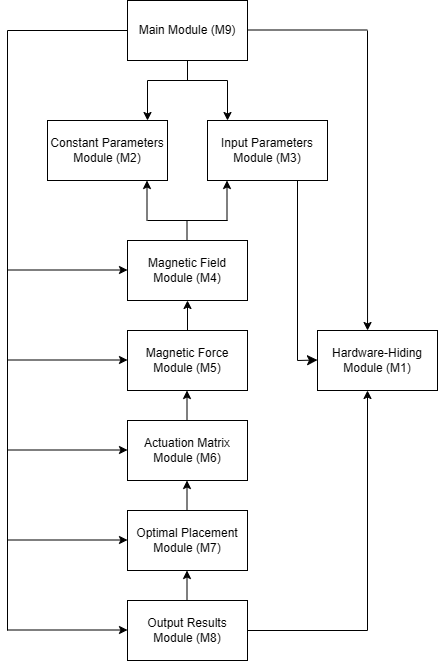
husseinsd1/optimal-em-arrangement keeps this draw.io diagram as docs/Design/SoftArchitecture/UsesHierarchy.png. Above is the earlier version. Source tidied: cells renumbered, new cells last; positions are measured from the earlier drawing's top-left corner, leaving out a move shared by most shapes.
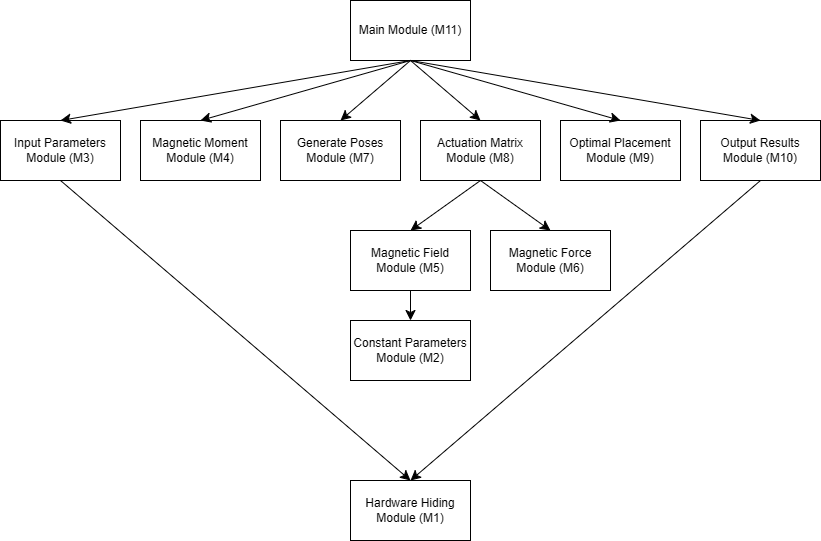
Later version of the same file.

Commit message:
Add modules, fix hierarchy

What changed in the source:
```diff
@@ -2,178 +2,75 @@
   <root>
     <mxCell id="0" />
     <mxCell id="1" parent="0" />
-    <mxCell id="2" value="Main Module (M9)" style="rounded=0;whiteSpace=wrap;html=1;" parent="1" vertex="1">
-      <mxGeometry x="120" width="120" height="60" as="geometry" />
+    <mxCell id="2" value="Main Module (M11)" style="rounded=0;whiteSpace=wrap;html=1;" parent="1" vertex="1">
+      <mxGeometry x="270" y="-30" width="120" height="60" as="geometry" />
     </mxCell>
-    <mxCell id="3" style="endArrow=none;html=1;rounded=0;entryX=0.5;entryY=1;entryDx=0;entryDy=0;" parent="1" edge="1" target="2">
-      <mxGeometry relative="1" as="geometry">
-        <mxPoint x="180" y="80" as="sourcePoint" />
-      </mxGeometry>
-    </mxCell>
-    <mxCell id="4" style="endArrow=none;html=1;rounded=0;" parent="1" edge="1">
-      <mxGeometry relative="1" as="geometry">
-        <mxPoint x="140" y="80" as="sourcePoint" />
-        <mxPoint x="220" y="80" as="targetPoint" />
-      </mxGeometry>
-    </mxCell>
-    <mxCell id="5" style="endArrow=classic;html=1;rounded=0;" parent="1" edge="1">
-      <mxGeometry relative="1" as="geometry">
-        <mxPoint x="140" y="80" as="sourcePoint" />
-        <mxPoint x="140" y="120" as="targetPoint" />
-      </mxGeometry>
-    </mxCell>
-    <mxCell id="6" style="endArrow=classic;html=1;rounded=0;" parent="1" edge="1">
-      <mxGeometry relative="1" as="geometry">
-        <mxPoint x="220" y="80" as="sourcePoint" />
-        <mxPoint x="220" y="120" as="targetPoint" />
-      </mxGeometry>
-    </mxCell>
-    <mxCell id="7" value="Constant Parameters Module (M2)" style="rounded=0;whiteSpace=wrap;html=1;" parent="1" vertex="1">
-      <mxGeometry x="40" y="120" width="120" height="60" as="geometry" />
+    <mxCell id="7" value="Input Parameters Module (M3)" style="rounded=0;whiteSpace=wrap;html=1;" parent="1" vertex="1">
+      <mxGeometry x="-80" y="90" width="120" height="60" as="geometry" />
     </mxCell>
-    <mxCell id="8" value="Input Parameters Module (M3)" style="rounded=0;whiteSpace=wrap;html=1;" parent="1" vertex="1">
-      <mxGeometry x="200" y="120" width="120" height="60" as="geometry" />
+    <mxCell id="8" value="Magnetic Moment Module (M4)" style="rounded=0;whiteSpace=wrap;html=1;" parent="1" vertex="1">
+      <mxGeometry x="60" y="90" width="120" height="60" as="geometry" />
     </mxCell>
-    <mxCell id="9" style="endArrow=none;html=1;rounded=0;entryX=0.5;entryY=1;entryDx=0;entryDy=0;" parent="1" edge="1">
-      <mxGeometry relative="1" as="geometry">
-        <mxPoint x="179.5" y="220" as="sourcePoint" />
-        <mxPoint x="179.5" y="240" as="targetPoint" />
-      </mxGeometry>
-    </mxCell>
-    <mxCell id="10" style="endArrow=none;html=1;rounded=0;" parent="1" edge="1">
-      <mxGeometry relative="1" as="geometry">
-        <mxPoint x="220" y="220" as="sourcePoint" />
-        <mxPoint x="140" y="220" as="targetPoint" />
-      </mxGeometry>
-    </mxCell>
-    <mxCell id="11" style="endArrow=classic;html=1;rounded=0;" parent="1" edge="1">
-      <mxGeometry relative="1" as="geometry">
-        <mxPoint x="139.5" y="220" as="sourcePoint" />
-        <mxPoint x="139.5" y="180" as="targetPoint" />
-      </mxGeometry>
-    </mxCell>
-    <mxCell id="12" style="endArrow=classic;html=1;rounded=0;" parent="1" edge="1">
-      <mxGeometry relative="1" as="geometry">
-        <mxPoint x="219.5" y="220" as="sourcePoint" />
-        <mxPoint x="219.5" y="180" as="targetPoint" />
-      </mxGeometry>
-    </mxCell>
-    <mxCell id="13" value="Magnetic Field Module (M4)" style="rounded=0;whiteSpace=wrap;html=1;" parent="1" vertex="1">
-      <mxGeometry x="120" y="240" width="120" height="60" as="geometry" />
+    <mxCell id="13" value="Generate Poses Module (M7)" style="rounded=0;whiteSpace=wrap;html=1;" parent="1" vertex="1">
+      <mxGeometry x="200" y="90" width="120" height="60" as="geometry" />
     </mxCell>
-    <mxCell id="14" value="Magnetic Force Module (M5)" style="rounded=0;whiteSpace=wrap;html=1;" parent="1" vertex="1">
-      <mxGeometry x="120" y="330" width="120" height="60" as="geometry" />
-    </mxCell>
-    <mxCell id="15" value="Actuation Matrix Module (M6)" style="rounded=0;whiteSpace=wrap;html=1;" parent="1" vertex="1">
-      <mxGeometry x="120" y="420" width="120" height="60" as="geometry" />
-    </mxCell>
-    <mxCell id="16" value="Optimal Placement Module (M7)" style="rounded=0;whiteSpace=wrap;html=1;" parent="1" vertex="1">
-      <mxGeometry x="120" y="510" width="120" height="60" as="geometry" />
-    </mxCell>
-    <mxCell id="17" value="Output Results Module (M8)" style="rounded=0;whiteSpace=wrap;html=1;" parent="1" vertex="1">
-      <mxGeometry x="120" y="600" width="120" height="60" as="geometry" />
-    </mxCell>
-    <mxCell id="18" style="endArrow=classic;html=1;rounded=0;exitX=0.5;exitY=0;exitDx=0;exitDy=0;entryX=0.5;entryY=1;entryDx=0;entryDy=0;" parent="1" edge="1" source="14" target="13">
-      <mxGeometry relative="1" as="geometry" />
-    </mxCell>
-    <mxCell id="19" style="endArrow=classic;html=1;rounded=0;exitX=0.5;exitY=0;exitDx=0;exitDy=0;entryX=0.5;entryY=1;entryDx=0;entryDy=0;" parent="1" edge="1">
-      <mxGeometry relative="1" as="geometry">
-        <mxPoint x="179.5" y="420" as="sourcePoint" />
-        <mxPoint x="179.5" y="390" as="targetPoint" />
-      </mxGeometry>
-    </mxCell>
-    <mxCell id="20" style="endArrow=classic;html=1;rounded=0;exitX=0.5;exitY=0;exitDx=0;exitDy=0;entryX=0.5;entryY=1;entryDx=0;entryDy=0;" parent="1" edge="1">
-      <mxGeometry relative="1" as="geometry">
-        <mxPoint x="179.5" y="510" as="sourcePoint" />
-        <mxPoint x="179.5" y="480" as="targetPoint" />
-      </mxGeometry>
-    </mxCell>
-    <mxCell id="21" style="endArrow=classic;html=1;rounded=0;exitX=0.5;exitY=0;exitDx=0;exitDy=0;entryX=0.5;entryY=1;entryDx=0;entryDy=0;" parent="1" edge="1">
-      <mxGeometry relative="1" as="geometry">
-        <mxPoint x="179.5" y="600" as="sourcePoint" />
-        <mxPoint x="179.5" y="570" as="targetPoint" />
-      </mxGeometry>
-    </mxCell>
-    <mxCell id="22" style="endArrow=none;html=1;rounded=0;" parent="1" edge="1">
-      <mxGeometry relative="1" as="geometry">
-        <mxPoint y="30" as="sourcePoint" />
-        <mxPoint x="120" y="30" as="targetPoint" />
-      </mxGeometry>
-    </mxCell>
-    <mxCell id="23" style="endArrow=none;html=1;rounded=0;" parent="1" edge="1">
-      <mxGeometry relative="1" as="geometry">
-        <mxPoint y="630" as="sourcePoint" />
-        <mxPoint y="30" as="targetPoint" />
-      </mxGeometry>
-    </mxCell>
-    <mxCell id="24" style="endArrow=classic;html=1;rounded=0;" parent="1" edge="1">
-      <mxGeometry relative="1" as="geometry">
-        <mxPoint y="629.5" as="sourcePoint" />
-        <mxPoint x="120" y="629.5" as="targetPoint" />
-      </mxGeometry>
-    </mxCell>
-    <mxCell id="25" style="endArrow=classic;html=1;rounded=0;" parent="1" edge="1">
-      <mxGeometry relative="1" as="geometry">
-        <mxPoint y="269.5" as="sourcePoint" />
-        <mxPoint x="120" y="269.5" as="targetPoint" />
-      </mxGeometry>
-    </mxCell>
-    <mxCell id="26" style="endArrow=classic;html=1;rounded=0;" parent="1" edge="1">
-      <mxGeometry relative="1" as="geometry">
-        <mxPoint y="359.5" as="sourcePoint" />
-        <mxPoint x="120" y="359.5" as="targetPoint" />
-      </mxGeometry>
-    </mxCell>
-    <mxCell id="27" style="endArrow=classic;html=1;rounded=0;" parent="1" edge="1">
-      <mxGeometry relative="1" as="geometry">
-        <mxPoint y="449.5" as="sourcePoint" />
-        <mxPoint x="120" y="449.5" as="targetPoint" />
-      </mxGeometry>
-    </mxCell>
-    <mxCell id="28" style="endArrow=classic;html=1;rounded=0;" parent="1" edge="1">
-      <mxGeometry relative="1" as="geometry">
-        <mxPoint y="539.5" as="sourcePoint" />
-        <mxPoint x="120" y="539.5" as="targetPoint" />
-      </mxGeometry>
-    </mxCell>
-    <mxCell id="29" style="endArrow=none;html=1;rounded=0;" parent="1" edge="1">
-      <mxGeometry relative="1" as="geometry">
-        <mxPoint x="240" y="29.5" as="sourcePoint" />
-        <mxPoint x="360" y="29.5" as="targetPoint" />
-      </mxGeometry>
-    </mxCell>
-    <mxCell id="30" value="Hardware-Hiding Module (M1)" style="rounded=0;whiteSpace=wrap;html=1;" parent="1" vertex="1">
-      <mxGeometry x="310" y="330" width="120" height="60" as="geometry" />
-    </mxCell>
-    <mxCell id="31" style="endArrow=classic;html=1;rounded=0;entryX=0.417;entryY=0;entryDx=0;entryDy=0;entryPerimeter=0;" parent="1" edge="1">
-      <mxGeometry relative="1" as="geometry">
-        <mxPoint x="360" y="30" as="sourcePoint" />
-        <mxPoint x="360" y="330" as="targetPoint" />
-      </mxGeometry>
-    </mxCell>
-    <mxCell id="32" style="endArrow=classic;html=1;rounded=0;entryX=0.417;entryY=0;entryDx=0;entryDy=0;entryPerimeter=0;" parent="1" edge="1">
-      <mxGeometry relative="1" as="geometry">
-        <mxPoint x="360" y="630" as="sourcePoint" />
-        <mxPoint x="360" y="390" as="targetPoint" />
-      </mxGeometry>
-    </mxCell>
-    <mxCell id="33" style="endArrow=none;html=1;rounded=0;" parent="1" edge="1">
-      <mxGeometry relative="1" as="geometry">
-        <mxPoint x="240" y="630" as="sourcePoint" />
-        <mxPoint x="360" y="630" as="targetPoint" />
-      </mxGeometry>
-    </mxCell>
-    <mxCell id="34" style="endArrow=none;html=1;rounded=0;fontSize=12;startSize=8;endSize=8;curved=1;" parent="1" edge="1">
-      <mxGeometry relative="1" as="geometry">
-        <mxPoint x="290" y="360" as="sourcePoint" />
-        <mxPoint x="290" y="180" as="targetPoint" />
-      </mxGeometry>
-    </mxCell>
-    <mxCell id="35" style="endArrow=classic;html=1;rounded=0;fontSize=12;startSize=8;endSize=8;curved=1;" parent="1" edge="1">
-      <mxGeometry relative="1" as="geometry">
-        <mxPoint x="290" y="360" as="sourcePoint" />
-        <mxPoint x="310" y="359.5" as="targetPoint" />
-      </mxGeometry>
-    </mxCell>
+    <mxCell id="36" value="Actuation Matrix Module (M8)" style="rounded=0;whiteSpace=wrap;html=1;" parent="1" vertex="1">
+      <mxGeometry x="340" y="90" width="120" height="60" as="geometry" />
+    </mxCell>
+    <mxCell id="37" value="Optimal Placement Module (M9)" style="rounded=0;whiteSpace=wrap;html=1;" parent="1" vertex="1">
+      <mxGeometry x="480" y="90" width="120" height="60" as="geometry" />
+    </mxCell>
+    <mxCell id="38" value="Output Results Module (M10)" style="rounded=0;whiteSpace=wrap;html=1;" parent="1" vertex="1">
+      <mxGeometry x="620" y="90" width="120" height="60" as="geometry" />
+    </mxCell>
+    <mxCell id="39" value="Magnetic Field Module (M5)" style="rounded=0;whiteSpace=wrap;html=1;" parent="1" vertex="1">
+      <mxGeometry x="270" y="200" width="120" height="60" as="geometry" />
+    </mxCell>
+    <mxCell id="40" value="Magnetic Force Module (M6)" style="rounded=0;whiteSpace=wrap;html=1;" parent="1" vertex="1">
+      <mxGeometry x="410" y="200" width="120" height="60" as="geometry" />
+    </mxCell>
+    <mxCell id="41" value="Constant Parameters Module (M2)" style="rounded=0;whiteSpace=wrap;html=1;" parent="1" vertex="1">
+      <mxGeometry x="270" y="290" width="120" height="60" as="geometry" />
+    </mxCell>
+    <mxCell id="42" value="Hardware Hiding Module (M1)" style="rounded=0;whiteSpace=wrap;html=1;" parent="1" vertex="1">
+      <mxGeometry x="270" y="450" width="120" height="60" as="geometry" />
+    </mxCell>
+    <mxCell id="43" style="endArrow=classic;html=1;rounded=0;fontSize=12;startSize=8;endSize=8;curved=1;exitX=0.5;exitY=1;exitDx=0;exitDy=0;entryX=0.5;entryY=0;entryDx=0;entryDy=0;" parent="1" edge="1" source="2" target="36">
+      <mxGeometry relative="1" as="geometry" />
+    </mxCell>
+    <mxCell id="44" style="endArrow=classic;html=1;rounded=0;fontSize=12;startSize=8;endSize=8;curved=1;entryX=0.5;entryY=0;entryDx=0;entryDy=0;" parent="1" edge="1" target="13">
+      <mxGeometry relative="1" as="geometry">
+        <mxPoint x="330" y="30" as="sourcePoint" />
+      </mxGeometry>
+    </mxCell>
+    <mxCell id="45" style="endArrow=classic;html=1;rounded=0;fontSize=12;startSize=8;endSize=8;curved=1;exitX=0.5;exitY=1;exitDx=0;exitDy=0;entryX=0.5;entryY=0;entryDx=0;entryDy=0;" parent="1" edge="1" source="2" target="8">
+      <mxGeometry relative="1" as="geometry" />
+    </mxCell>
+    <mxCell id="46" style="endArrow=classic;html=1;rounded=0;fontSize=12;startSize=8;endSize=8;curved=1;entryX=0.5;entryY=0;entryDx=0;entryDy=0;" parent="1" edge="1" target="7">
+      <mxGeometry relative="1" as="geometry">
+        <mxPoint x="330" y="30" as="sourcePoint" />
+      </mxGeometry>
+    </mxCell>
+    <mxCell id="47" style="endArrow=classic;html=1;rounded=0;fontSize=12;startSize=8;endSize=8;curved=1;exitX=0.5;exitY=1;exitDx=0;exitDy=0;entryX=0.5;entryY=0;entryDx=0;entryDy=0;" parent="1" edge="1" source="2" target="37">
+      <mxGeometry relative="1" as="geometry" />
+    </mxCell>
+    <mxCell id="48" style="endArrow=classic;html=1;rounded=0;fontSize=12;startSize=8;endSize=8;curved=1;exitX=0.5;exitY=1;exitDx=0;exitDy=0;entryX=0.5;entryY=0;entryDx=0;entryDy=0;" parent="1" edge="1" source="2" target="38">
+      <mxGeometry relative="1" as="geometry" />
+    </mxCell>
+    <mxCell id="49" style="endArrow=classic;html=1;rounded=0;fontSize=12;startSize=8;endSize=8;curved=1;exitX=0.5;exitY=1;exitDx=0;exitDy=0;entryX=0.5;entryY=0;entryDx=0;entryDy=0;" parent="1" edge="1" source="36" target="39">
+      <mxGeometry relative="1" as="geometry" />
+    </mxCell>
+    <mxCell id="50" style="endArrow=classic;html=1;rounded=0;fontSize=12;startSize=8;endSize=8;curved=1;exitX=0.5;exitY=1;exitDx=0;exitDy=0;entryX=0.5;entryY=0;entryDx=0;entryDy=0;" parent="1" edge="1" source="36" target="40">
+      <mxGeometry relative="1" as="geometry" />
+    </mxCell>
+    <mxCell id="51" style="endArrow=classic;html=1;rounded=0;fontSize=12;startSize=8;endSize=8;curved=1;exitX=0.5;exitY=1;exitDx=0;exitDy=0;entryX=0.5;entryY=0;entryDx=0;entryDy=0;" parent="1" edge="1" source="39" target="41">
+      <mxGeometry relative="1" as="geometry" />
+    </mxCell>
+    <mxCell id="52" style="endArrow=classic;html=1;rounded=0;fontSize=12;startSize=8;endSize=8;curved=1;exitX=0.5;exitY=1;exitDx=0;exitDy=0;entryX=0.5;entryY=0;entryDx=0;entryDy=0;" parent="1" edge="1" source="7" target="42">
+      <mxGeometry relative="1" as="geometry" />
+    </mxCell>
+    <mxCell id="53" style="endArrow=classic;html=1;rounded=0;fontSize=12;startSize=8;endSize=8;curved=1;exitX=0.5;exitY=1;exitDx=0;exitDy=0;entryX=0.5;entryY=0;entryDx=0;entryDy=0;" parent="1" edge="1" source="38" target="42">
+      <mxGeometry relative="1" as="geometry" />
+    </mxCell>
   </root>
 </mxGraphModel>
```
